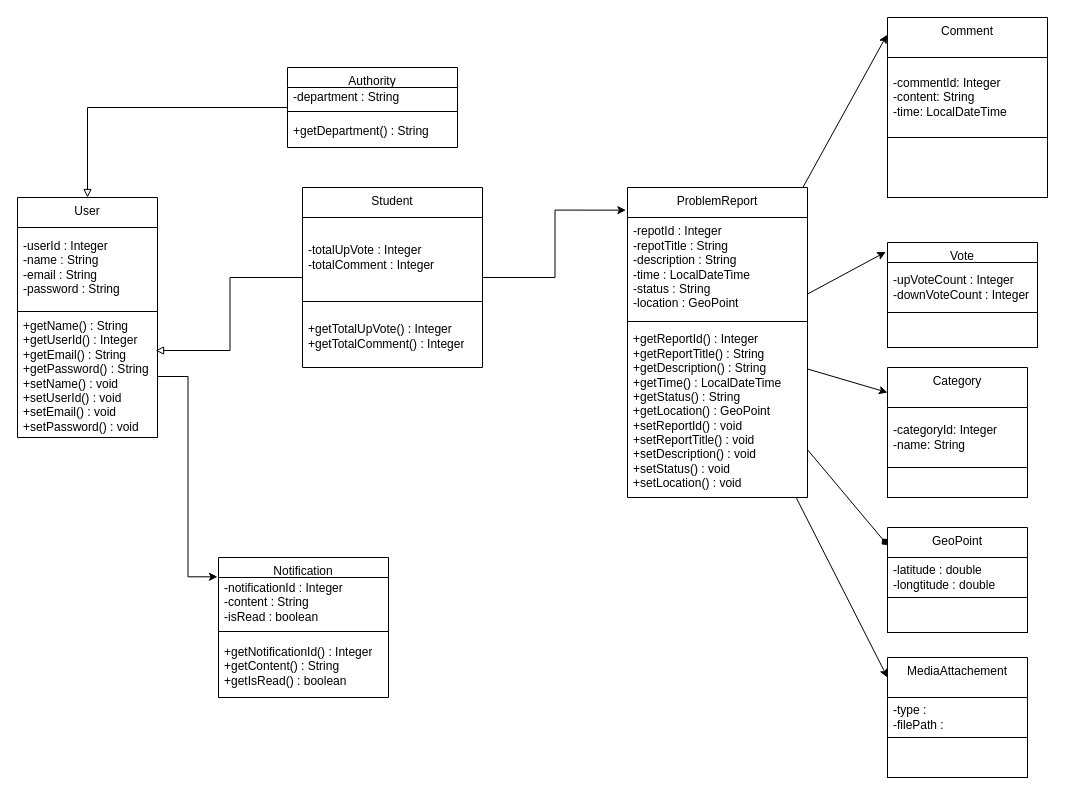
This is Untitled Diagram.drawio from hayatikocur/Student-Communication-and-Reporting-Network, a draw.io file, before an edit. Source tidied: cells renumbered, new cells numbered last; positions are measured from the earlier drawing's top-left corner, leaving out a move shared by most shapes. Both pictures are drawn from the tidied source at 100%, with x=0, y=0 at pixel (17, 17).
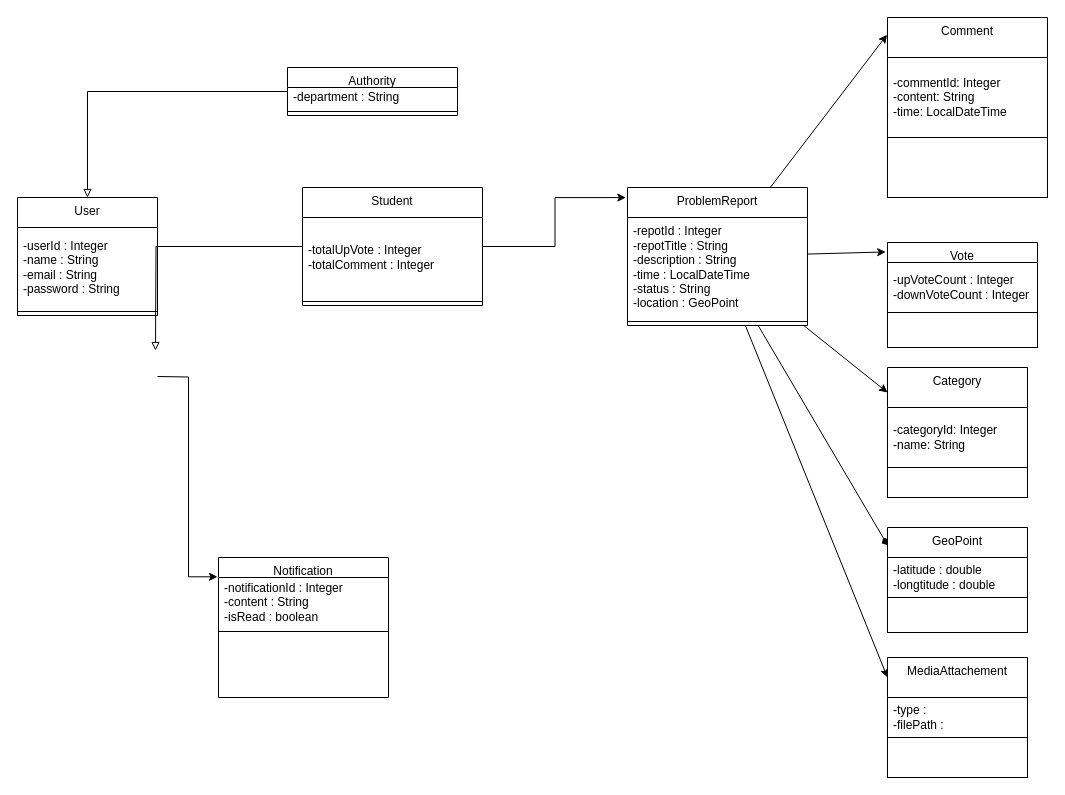
Above is the later version.

Commit message:
Güncelleme Get Set Silindi Untitled Diagram.drawio

Unchanged cells that the change refers to:
```xml
<mxCell id="16" value="Notification" style="swimlane;fontStyle=0;align=center;verticalAlign=top;horizontal=1;startSize=20;html=1;whiteSpace=wrap;" parent="1" vertex="1">
  <mxGeometry x="201" y="540" width="170" height="140" as="geometry" />
</mxCell>
```

What changed in the source:
```diff
@@
     <mxCell id="2" value="User" style="swimlane;fontStyle=0;align=center;verticalAlign=top;horizontal=1;startSize=30;html=1;whiteSpace=wrap;" parent="1" vertex="1">
-      <mxGeometry y="180" width="140" height="240" as="geometry" />
+      <mxGeometry y="180" width="140" height="118" as="geometry" />
     </mxCell>
@@
-    <mxCell id="5" value="+getName() : String&lt;div&gt;+getUserId() : Integer&lt;/div&gt;&lt;div&gt;+getEmail() : String&lt;div&gt;+getPassword() : String&lt;br&gt;&lt;div&gt;+setName() : void&lt;div&gt;+setUserId() : void&lt;/div&gt;&lt;div&gt;+setEmail() : void&lt;div&gt;+setPassword() : void&lt;/div&gt;&lt;/div&gt;&lt;/div&gt;&lt;/div&gt;&lt;/div&gt;" style="text;html=1;strokeColor=none;fillColor=none;align=left;verticalAlign=middle;spacingLeft=4;spacingRight=4;overflow=hidden;points=[[0,0.5],[1,0.5]];portConstraint=eastwest;whiteSpace=wrap;" parent="2" vertex="1">
-      <mxGeometry y="118" width="140" height="122" as="geometry" />
-    </mxCell>
@@
     <mxCell id="7" value="Authority" style="swimlane;fontStyle=0;align=center;verticalAlign=top;horizontal=1;startSize=20;html=1;whiteSpace=wrap;" parent="1" vertex="1">
-      <mxGeometry x="270" y="50" width="170" height="80" as="geometry" />
+      <mxGeometry x="270" y="50" width="170" height="48" as="geometry" />
     </mxCell>
@@
-    <mxCell id="10" value="+getDepartment() : String" style="text;html=1;strokeColor=none;fillColor=none;align=left;verticalAlign=middle;spacingLeft=4;spacingRight=4;overflow=hidden;whiteSpace=wrap;" parent="7" vertex="1">
-      <mxGeometry y="48" width="170" height="32" as="geometry" />
-    </mxCell>
     <mxCell id="11" value="Student" style="swimlane;fontStyle=0;align=center;verticalAlign=top;horizontal=1;startSize=30;html=1;whiteSpace=wrap;" parent="1" vertex="1">
-      <mxGeometry x="285" y="170" width="180" height="180" as="geometry" />
+      <mxGeometry x="285" y="170" width="180" height="118" as="geometry" />
     </mxCell>
@@
-    <mxCell id="14" value="+getTotalUpVote() : Integer&lt;div&gt;+getTotalComment() : Integer&lt;/div&gt;" style="text;html=1;strokeColor=none;fillColor=none;align=left;verticalAlign=middle;spacingLeft=4;spacingRight=4;overflow=hidden;whiteSpace=wrap;" parent="11" vertex="1">
-      <mxGeometry y="118" width="180" height="62" as="geometry" />
-    </mxCell>
-    <mxCell id="15" style="edgeStyle=orthogonalEdgeStyle;rounded=0;jettySize=auto;html=1;entryX=0.986;entryY=0.287;entryDx=0;entryDy=0;entryPerimeter=0;endArrow=block;endFill=0;" parent="1" edge="1" source="11" target="5">
-      <mxGeometry relative="1" as="geometry" />
+    <mxCell id="15" style="edgeStyle=orthogonalEdgeStyle;rounded=0;jettySize=auto;html=1;entryX=0.986;entryY=0.287;entryDx=0;entryDy=0;entryPerimeter=0;endArrow=block;endFill=0;" parent="1" edge="1" source="11">
+      <mxGeometry relative="1" as="geometry">
+        <mxPoint x="138" y="333" as="targetPoint" />
+      </mxGeometry>
     </mxCell>
@@
-    <mxCell id="19" value="+getNotificationId() : Integer&lt;div&gt;+getContent() : String&lt;br&gt;&lt;/div&gt;&lt;div&gt;+getIsRead() : boolean&lt;br&gt;&lt;/div&gt;" style="text;html=1;strokeColor=none;fillColor=none;align=left;verticalAlign=middle;spacingLeft=4;spacingRight=4;overflow=hidden;whiteSpace=wrap;" parent="16" vertex="1">
+    <mxCell id="19" value="&lt;div&gt;&lt;br&gt;&lt;/div&gt;" style="text;html=1;strokeColor=none;fillColor=none;align=left;verticalAlign=middle;spacingLeft=4;spacingRight=4;overflow=hidden;whiteSpace=wrap;" parent="16" vertex="1">
       <mxGeometry y="78" width="170" height="62" as="geometry" />
     </mxCell>
-    <mxCell id="20" style="edgeStyle=orthogonalEdgeStyle;rounded=0;jettySize=auto;html=1;entryX=-0.006;entryY=0.138;entryDx=0;entryDy=0;entryPerimeter=0;" parent="1" edge="1" source="5" target="16">
-      <mxGeometry relative="1" as="geometry" />
+    <mxCell id="20" style="edgeStyle=orthogonalEdgeStyle;rounded=0;jettySize=auto;html=1;entryX=-0.006;entryY=0.138;entryDx=0;entryDy=0;entryPerimeter=0;" parent="1" edge="1" target="16">
+      <mxGeometry relative="1" as="geometry">
+        <mxPoint x="140" y="359" as="sourcePoint" />
+      </mxGeometry>
     </mxCell>
@@
     <mxCell id="24" value="ProblemReport" style="swimlane;fontStyle=0;align=center;verticalAlign=top;horizontal=1;startSize=30;html=1;whiteSpace=wrap;" parent="1" vertex="1">
-      <mxGeometry x="610" y="170" width="180" height="310" as="geometry" />
+      <mxGeometry x="610" y="170" width="180" height="138" as="geometry" />
     </mxCell>
@@
-    <mxCell id="27" value="&lt;div&gt;+getReportId() : Integer&lt;/div&gt;&lt;div&gt;+getReportTitle() : String&lt;/div&gt;&lt;div&gt;+getDescription() : String&lt;/div&gt;&lt;div&gt;+getTime() : LocalDateTime&lt;/div&gt;&lt;div&gt;+getStatus() : String&lt;/div&gt;&lt;div&gt;+getLocation() : GeoPoint&lt;/div&gt;&lt;div&gt;+setReportId() : void&lt;/div&gt;&lt;div&gt;+setReportTitle() : void&lt;/div&gt;&lt;div&gt;+setDescription() : void&lt;/div&gt;&lt;div&gt;+setStatus() : void&lt;/div&gt;&lt;div&gt;+setLocation() : void&lt;/div&gt;" style="text;html=1;strokeColor=none;fillColor=none;align=left;verticalAlign=middle;spacingLeft=4;spacingRight=4;overflow=hidden;whiteSpace=wrap;" parent="24" vertex="1">
-      <mxGeometry y="138" width="180" height="172" as="geometry" />
-    </mxCell>
```
